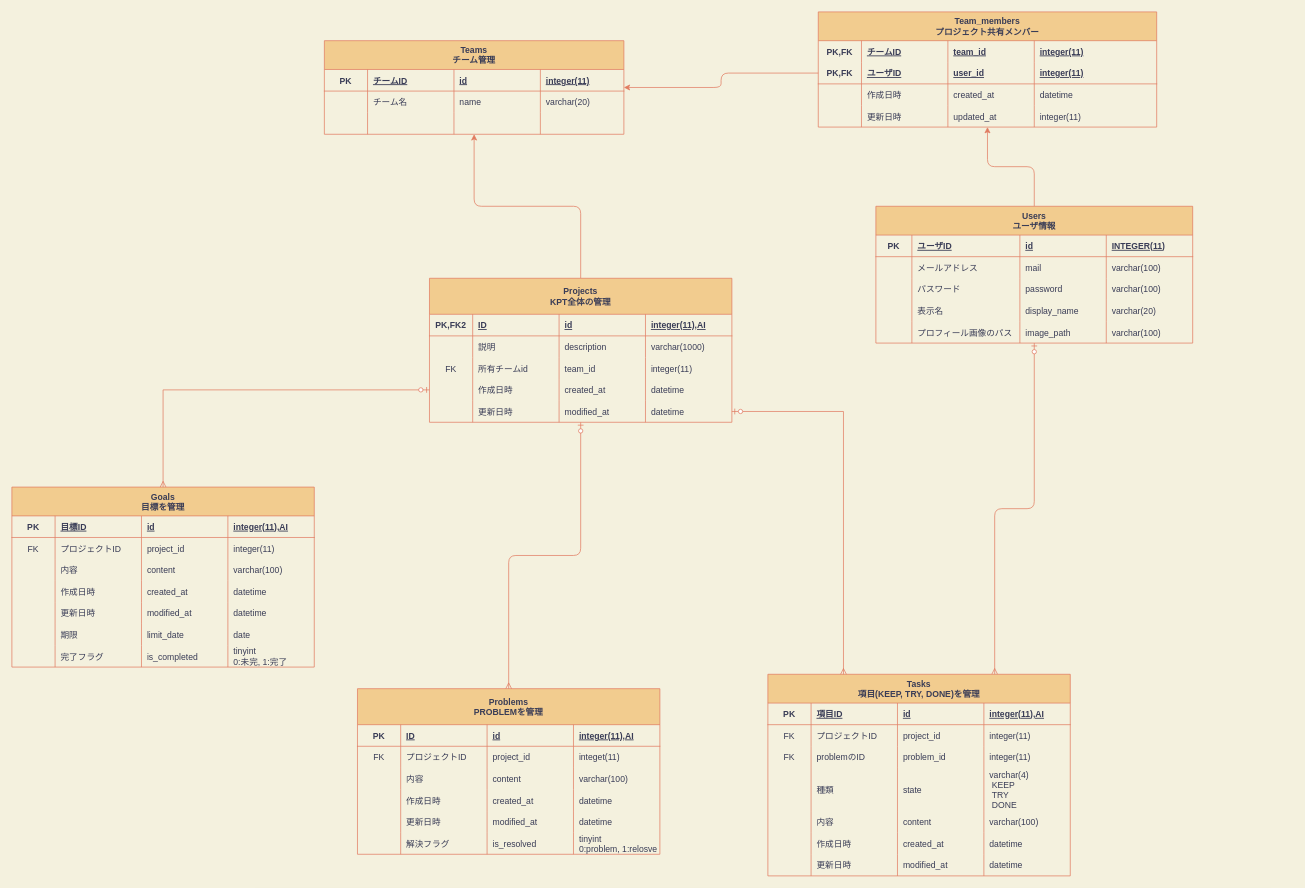
Before: database_er_diagram.drawio in nanas773/kpt-design, a draw.io diagram. Source tidied: cells renumbered, new cells numbered last; positions are measured from the earlier drawing's top-left corner, leaving out a move shared by most shapes. Both pictures are drawn from the tidied source at 72%, with x=0, y=0 at pixel (12, 12).
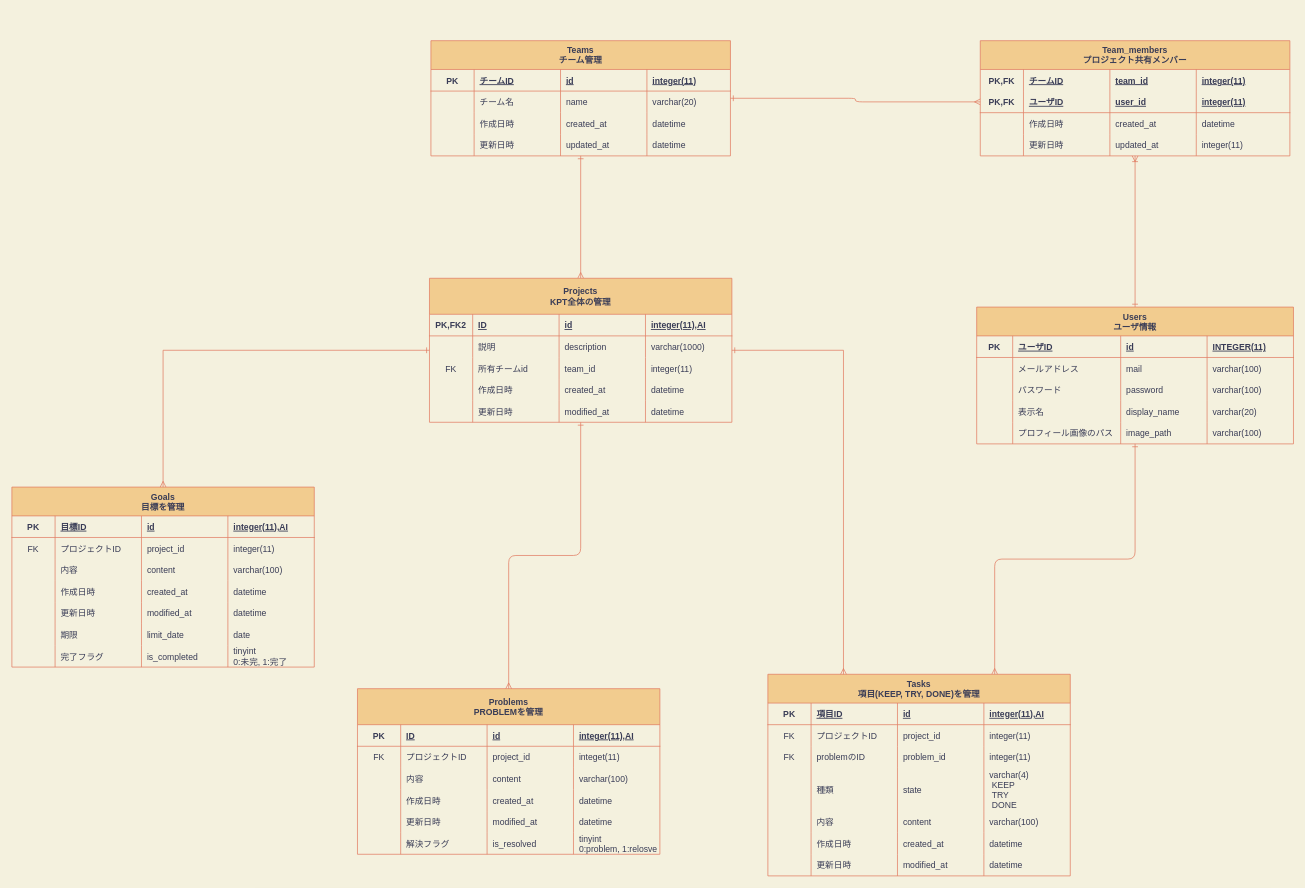
The same diagram, later.

Commit message:
Fix: リレーションの整理

Unchanged cells that the change refers to:
```xml
<mxCell id="43" style="shape=partialRectangle;fillColor=none;top=0;left=0;bottom=0;right=0;strokeColor=#E07A5F;fontColor=#393C56;" parent="32" vertex="1">
  <mxGeometry y="100" width="416" height="30" as="geometry" />
</mxCell>
<mxCell id="48" value="Tasks&#10;項目(KEEP, TRY, DONE)を管理" style="shape=table;startSize=40;childLayout=tableLayout;rowLines=0;fontStyle=1;align=center;fillColor=#F2CC8F;strokeColor=#E07A5F;fontColor=#393C56;" parent="1" vertex="1">
  <mxGeometry x="1050" y="920" width="420" height="280" as="geometry" />
</mxCell>
<mxCell id="84" value="Problems&#10;PROBLEMを管理" style="shape=table;startSize=50;childLayout=tableLayout;rowLines=0;fontStyle=1;align=center;fillColor=#F2CC8F;strokeColor=#E07A5F;fontColor=#393C56;" parent="1" vertex="1">
  <mxGeometry x="480" y="940" width="420" height="230" as="geometry" />
</mxCell>
<mxCell id="117" value="Projects&#10;KPT全体の管理" style="shape=table;startSize=50;childLayout=tableLayout;rowLines=0;fontStyle=1;align=center;fillColor=#F2CC8F;strokeColor=#E07A5F;fontColor=#393C56;" parent="1" vertex="1">
  <mxGeometry x="580" y="370" width="420" height="200" as="geometry" />
</mxCell>
<mxCell id="133" style="shape=partialRectangle;fillColor=none;top=0;left=0;bottom=0;right=0;points=[[0,0.5],[1,0.5]];portConstraint=eastwest;strokeColor=#E07A5F;fontColor=#393C56;" parent="117" vertex="1">
  <mxGeometry y="140" width="420" height="30" as="geometry" />
</mxCell>
<mxCell id="138" style="shape=partialRectangle;fillColor=none;top=0;left=0;bottom=0;right=0;points=[[0,0.5],[1,0.5]];portConstraint=eastwest;strokeColor=#E07A5F;fontColor=#393C56;" parent="117" vertex="1">
  <mxGeometry y="170" width="420" height="30" as="geometry" />
</mxCell>
<mxCell id="145" value="Goals&#10;目標を管理" style="shape=table;startSize=40;childLayout=tableLayout;rowLines=0;fontStyle=1;align=center;fillColor=#F2CC8F;strokeColor=#E07A5F;fontColor=#393C56;" parent="1" vertex="1">
  <mxGeometry y="660" width="420" height="250" as="geometry" />
</mxCell>
```

What changed in the source:
```diff
@@
-    <mxCell id="3" style="edgeStyle=orthogonalEdgeStyle;curved=0;rounded=1;sketch=0;jettySize=auto;html=1;entryX=0.75;entryY=0;entryDx=0;entryDy=0;startArrow=ERzeroToOne;startFill=1;endArrow=ERmany;endFill=0;strokeColor=#E07A5F;fillColor=#F2CC8F;fontColor=#393C56;labelBackgroundColor=#F4F1DE;" parent="1" edge="1" source="5" target="48">
+    <mxCell id="3" style="edgeStyle=orthogonalEdgeStyle;curved=0;rounded=1;sketch=0;jettySize=auto;html=1;entryX=0.75;entryY=0;entryDx=0;entryDy=0;startArrow=ERone;startFill=0;endArrow=ERmany;endFill=0;strokeColor=#E07A5F;fillColor=#F2CC8F;fontColor=#393C56;labelBackgroundColor=#F4F1DE;" parent="1" edge="1" source="5" target="48">
       <mxGeometry relative="1" as="geometry" />
     </mxCell>
-    <mxCell id="4" style="edgeStyle=orthogonalEdgeStyle;curved=0;rounded=1;sketch=0;jettySize=auto;html=1;exitX=0.5;exitY=0;exitDx=0;exitDy=0;strokeColor=#E07A5F;fillColor=#F2CC8F;fontColor=#393C56;" parent="1" edge="1" source="5" target="186">
+    <mxCell id="4" style="edgeStyle=orthogonalEdgeStyle;curved=0;rounded=1;sketch=0;jettySize=auto;html=1;exitX=0.5;exitY=0;exitDx=0;exitDy=0;strokeColor=#E07A5F;fillColor=#F2CC8F;fontColor=#393C56;endArrow=ERoneToMany;endFill=0;startArrow=ERone;startFill=0;" parent="1" edge="1" source="5" target="186">
       <mxGeometry relative="1" as="geometry" />
     </mxCell>
     <mxCell id="5" value="Users&#10;ユーザ情報" style="shape=table;startSize=40;childLayout=tableLayout;rowLines=0;fontStyle=1;align=center;rounded=0;sketch=0;strokeColor=#E07A5F;fillColor=#F2CC8F;fontColor=#393C56;" parent="1" vertex="1">
-      <mxGeometry x="1200" y="270" width="440" height="190" as="geometry" />
+      <mxGeometry x="1340" y="410" width="440" height="190" as="geometry" />
     </mxCell>
@@
     <mxCell id="32" value="Teams&#10;チーム管理" style="shape=table;startSize=40;childLayout=tableLayout;rowLines=0;fontStyle=1;align=center;rounded=0;sketch=0;strokeColor=#E07A5F;fillColor=#F2CC8F;fontColor=#393C56;" parent="1" vertex="1">
-      <mxGeometry x="434" y="40" width="416" height="130" as="geometry" />
+      <mxGeometry x="582" y="40" width="416" height="160" as="geometry" />
     </mxCell>
@@
-    <mxCell id="45" style="shape=partialRectangle;fillColor=none;top=0;left=0;bottom=0;right=0;align=left;spacingLeft=6;overflow=hidden;strokeColor=#E07A5F;fontColor=#393C56;" parent="43" vertex="1">
+    <mxCell id="45" value="作成日時" style="shape=partialRectangle;fillColor=none;top=0;left=0;bottom=0;right=0;align=left;spacingLeft=6;overflow=hidden;strokeColor=#E07A5F;fontColor=#393C56;" parent="43" vertex="1">
       <mxGeometry x="60" width="120" height="30" as="geometry" />
     </mxCell>
-    <mxCell id="46" style="shape=partialRectangle;fillColor=none;top=0;left=0;bottom=0;right=0;align=left;spacingLeft=6;overflow=hidden;strokeColor=#E07A5F;fontColor=#393C56;" parent="43" vertex="1">
+    <mxCell id="46" value="created_at" style="shape=partialRectangle;fillColor=none;top=0;left=0;bottom=0;right=0;align=left;spacingLeft=6;overflow=hidden;strokeColor=#E07A5F;fontColor=#393C56;" parent="43" vertex="1">
       <mxGeometry x="180" width="120" height="30" as="geometry" />
     </mxCell>
-    <mxCell id="47" style="shape=partialRectangle;fillColor=none;top=0;left=0;bottom=0;right=0;align=left;spacingLeft=6;overflow=hidden;strokeColor=#E07A5F;fontColor=#393C56;" parent="43" vertex="1">
+    <mxCell id="47" value="datetime" style="shape=partialRectangle;fillColor=none;top=0;left=0;bottom=0;right=0;align=left;spacingLeft=6;overflow=hidden;strokeColor=#E07A5F;fontColor=#393C56;" parent="43" vertex="1">
       <mxGeometry x="300" width="116" height="30" as="geometry" />
     </mxCell>
+    <mxCell id="208" style="shape=partialRectangle;fillColor=none;top=0;left=0;bottom=0;right=0;strokeColor=#E07A5F;fontColor=#393C56;" parent="32" vertex="1">
+      <mxGeometry y="130" width="416" height="30" as="geometry" />
+    </mxCell>
+    <mxCell id="209" style="shape=partialRectangle;fillColor=none;top=0;left=0;bottom=0;right=0;overflow=hidden;strokeColor=#E07A5F;fontColor=#393C56;" parent="208" vertex="1">
+      <mxGeometry width="60" height="30" as="geometry" />
+    </mxCell>
+    <mxCell id="210" value="更新日時" style="shape=partialRectangle;fillColor=none;top=0;left=0;bottom=0;right=0;align=left;spacingLeft=6;overflow=hidden;strokeColor=#E07A5F;fontColor=#393C56;" parent="208" vertex="1">
+      <mxGeometry x="60" width="120" height="30" as="geometry" />
+    </mxCell>
+    <mxCell id="211" value="updated_at" style="shape=partialRectangle;fillColor=none;top=0;left=0;bottom=0;right=0;align=left;spacingLeft=6;overflow=hidden;strokeColor=#E07A5F;fontColor=#393C56;" parent="208" vertex="1">
+      <mxGeometry x="180" width="120" height="30" as="geometry" />
+    </mxCell>
+    <mxCell id="212" value="datetime" style="shape=partialRectangle;fillColor=none;top=0;left=0;bottom=0;right=0;align=left;spacingLeft=6;overflow=hidden;strokeColor=#E07A5F;fontColor=#393C56;" parent="208" vertex="1">
+      <mxGeometry x="300" width="116" height="30" as="geometry" />
+    </mxCell>
@@
-    <mxCell id="115" style="edgeStyle=orthogonalEdgeStyle;curved=0;rounded=1;sketch=0;jettySize=auto;html=1;entryX=0.5;entryY=0;entryDx=0;entryDy=0;startArrow=ERzeroToOne;startFill=1;endArrow=ERmany;endFill=0;strokeColor=#E07A5F;fillColor=#F2CC8F;fontColor=#393C56;labelBackgroundColor=#F4F1DE;" parent="1" edge="1" source="117" target="84">
+    <mxCell id="115" style="edgeStyle=orthogonalEdgeStyle;curved=0;rounded=1;sketch=0;jettySize=auto;html=1;entryX=0.5;entryY=0;entryDx=0;entryDy=0;startArrow=ERone;startFill=0;endArrow=ERmany;endFill=0;strokeColor=#E07A5F;fillColor=#F2CC8F;fontColor=#393C56;labelBackgroundColor=#F4F1DE;" parent="1" edge="1" source="117" target="84">
       <mxGeometry relative="1" as="geometry" />
     </mxCell>
-    <mxCell id="116" style="edgeStyle=orthogonalEdgeStyle;curved=0;rounded=1;sketch=0;jettySize=auto;html=1;exitX=0.5;exitY=0;exitDx=0;exitDy=0;strokeColor=#E07A5F;fillColor=#F2CC8F;fontColor=#393C56;" parent="1" edge="1" source="117" target="32">
+    <mxCell id="116" style="edgeStyle=orthogonalEdgeStyle;curved=0;rounded=1;sketch=0;jettySize=auto;html=1;exitX=0.5;exitY=0;exitDx=0;exitDy=0;strokeColor=#E07A5F;fillColor=#F2CC8F;fontColor=#393C56;endArrow=ERone;endFill=0;startArrow=ERmany;startFill=0;" parent="1" edge="1" source="117" target="32">
       <mxGeometry relative="1" as="geometry" />
     </mxCell>
@@
-    <mxCell id="184" style="edgeStyle=orthogonalEdgeStyle;rounded=0;jettySize=auto;html=1;exitX=0;exitY=0.5;exitDx=0;exitDy=0;entryX=0.5;entryY=0;entryDx=0;entryDy=0;strokeColor=#E07A5F;fontColor=#393C56;endArrow=ERmany;endFill=0;startArrow=ERzeroToOne;startFill=1;labelBackgroundColor=#F4F1DE;" parent="1" edge="1" source="133" target="145">
+    <mxCell id="184" style="edgeStyle=orthogonalEdgeStyle;rounded=0;jettySize=auto;html=1;entryX=0.5;entryY=0;entryDx=0;entryDy=0;strokeColor=#E07A5F;fontColor=#393C56;endArrow=ERmany;endFill=0;startArrow=ERone;startFill=0;labelBackgroundColor=#F4F1DE;" parent="1" edge="1" source="117" target="145">
       <mxGeometry relative="1" as="geometry" />
     </mxCell>
-    <mxCell id="185" style="edgeStyle=orthogonalEdgeStyle;rounded=0;jettySize=auto;html=1;exitX=1;exitY=0.5;exitDx=0;exitDy=0;entryX=0.25;entryY=0;entryDx=0;entryDy=0;strokeColor=#E07A5F;fontColor=#393C56;endArrow=ERmany;endFill=0;startArrow=ERzeroToOne;startFill=1;labelBackgroundColor=#F4F1DE;" parent="1" edge="1" source="138" target="48">
+    <mxCell id="185" style="edgeStyle=orthogonalEdgeStyle;rounded=0;jettySize=auto;html=1;entryX=0.25;entryY=0;entryDx=0;entryDy=0;strokeColor=#E07A5F;fontColor=#393C56;endArrow=ERmany;endFill=0;startArrow=ERone;startFill=0;labelBackgroundColor=#F4F1DE;" parent="1" edge="1" source="117" target="48">
       <mxGeometry relative="1" as="geometry" />
     </mxCell>
     <mxCell id="186" value="Team_members&#10;プロジェクト共有メンバー" style="shape=table;startSize=40;childLayout=tableLayout;rowLines=0;fontStyle=1;align=center;rounded=0;sketch=0;strokeColor=#E07A5F;fillColor=#F2CC8F;fontColor=#393C56;" parent="1" vertex="1">
-      <mxGeometry x="1120" width="470" height="160" as="geometry" />
+      <mxGeometry x="1345" y="40" width="430" height="160" as="geometry" />
     </mxCell>
     <mxCell id="187" style="shape=partialRectangle;fillColor=none;top=0;left=0;bottom=1;right=0;fontColor=#393C56;strokeColor=none;" parent="186" vertex="1">
-      <mxGeometry y="40" width="470" height="30" as="geometry" />
+      <mxGeometry y="40" width="430" height="30" as="geometry" />
     </mxCell>
@@
     <mxCell id="191" value="integer(11)" style="shape=partialRectangle;fillColor=none;top=0;left=0;bottom=0;right=0;align=left;spacingLeft=6;fontStyle=5;overflow=hidden;fontColor=#393C56;strokeColor=#E07A5F;" parent="187" vertex="1">
-      <mxGeometry x="300" width="170" height="30" as="geometry" />
+      <mxGeometry x="300" width="130" height="30" as="geometry" />
     </mxCell>
     <mxCell id="192" style="shape=partialRectangle;fillColor=none;top=0;left=0;bottom=1;right=0;points=[[0,0.5],[1,0.5]];portConstraint=eastwest;strokeColor=#E07A5F;fontColor=#393C56;" parent="186" vertex="1">
-      <mxGeometry y="70" width="470" height="30" as="geometry" />
+      <mxGeometry y="70" width="430" height="30" as="geometry" />
     </mxCell>
@@
     <mxCell id="196" value="integer(11)" style="shape=partialRectangle;fillColor=none;top=0;left=0;bottom=0;right=0;align=left;spacingLeft=6;fontStyle=5;overflow=hidden;strokeColor=#E07A5F;fontColor=#393C56;" parent="192" vertex="1">
-      <mxGeometry x="300" width="170" height="30" as="geometry" />
+      <mxGeometry x="300" width="130" height="30" as="geometry" />
     </mxCell>
     <mxCell id="197" style="shape=partialRectangle;fillColor=none;top=0;left=0;bottom=0;right=0;strokeColor=#E07A5F;fontColor=#393C56;" parent="186" vertex="1">
-      <mxGeometry y="100" width="470" height="30" as="geometry" />
+      <mxGeometry y="100" width="430" height="30" as="geometry" />
     </mxCell>
@@
     <mxCell id="201" value="datetime" style="shape=partialRectangle;fillColor=none;top=0;left=0;bottom=0;right=0;align=left;spacingLeft=6;overflow=hidden;strokeColor=#E07A5F;fontColor=#393C56;" parent="197" vertex="1">
-      <mxGeometry x="300" width="170" height="30" as="geometry" />
+      <mxGeometry x="300" width="130" height="30" as="geometry" />
     </mxCell>
     <mxCell id="202" style="shape=partialRectangle;fillColor=none;top=0;left=0;bottom=0;right=0;strokeColor=#E07A5F;fontColor=#393C56;" parent="186" vertex="1">
-      <mxGeometry y="130" width="470" height="30" as="geometry" />
+      <mxGeometry y="130" width="430" height="30" as="geometry" />
     </mxCell>
@@
     <mxCell id="206" value="integer(11)" style="shape=partialRectangle;fillColor=none;top=0;left=0;bottom=0;right=0;align=left;spacingLeft=6;overflow=hidden;strokeColor=#E07A5F;fontColor=#393C56;" parent="202" vertex="1">
-      <mxGeometry x="300" width="170" height="30" as="geometry" />
+      <mxGeometry x="300" width="130" height="30" as="geometry" />
     </mxCell>
-    <mxCell id="207" style="edgeStyle=orthogonalEdgeStyle;curved=0;rounded=1;sketch=0;jettySize=auto;html=1;exitX=0;exitY=0.5;exitDx=0;exitDy=0;strokeColor=#E07A5F;fillColor=#F2CC8F;fontColor=#393C56;" parent="1" edge="1" source="192" target="32">
+    <mxCell id="207" style="edgeStyle=orthogonalEdgeStyle;curved=0;rounded=1;sketch=0;jettySize=auto;html=1;exitX=0;exitY=0.5;exitDx=0;exitDy=0;strokeColor=#E07A5F;fillColor=#F2CC8F;fontColor=#393C56;startArrow=ERmany;startFill=0;endArrow=ERone;endFill=0;" parent="1" edge="1" source="192" target="32">
       <mxGeometry relative="1" as="geometry" />
     </mxCell>
```
